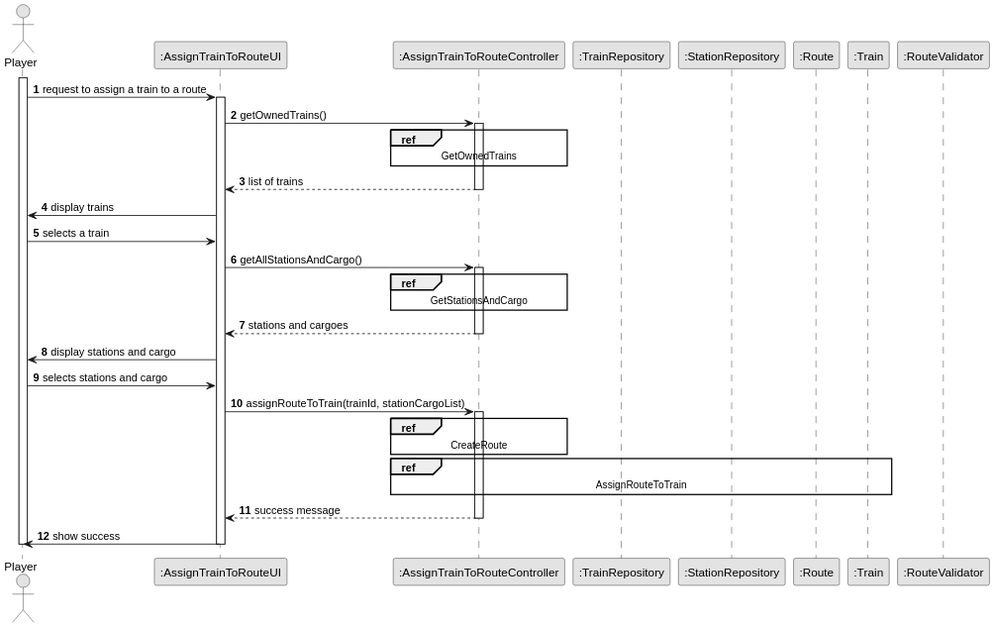
This is docs/system-documentation/US010/03.design/svg/US010-SD-split.svg from 1240826/empire-on-tracks, a PlantUML export, as it was before one commit.
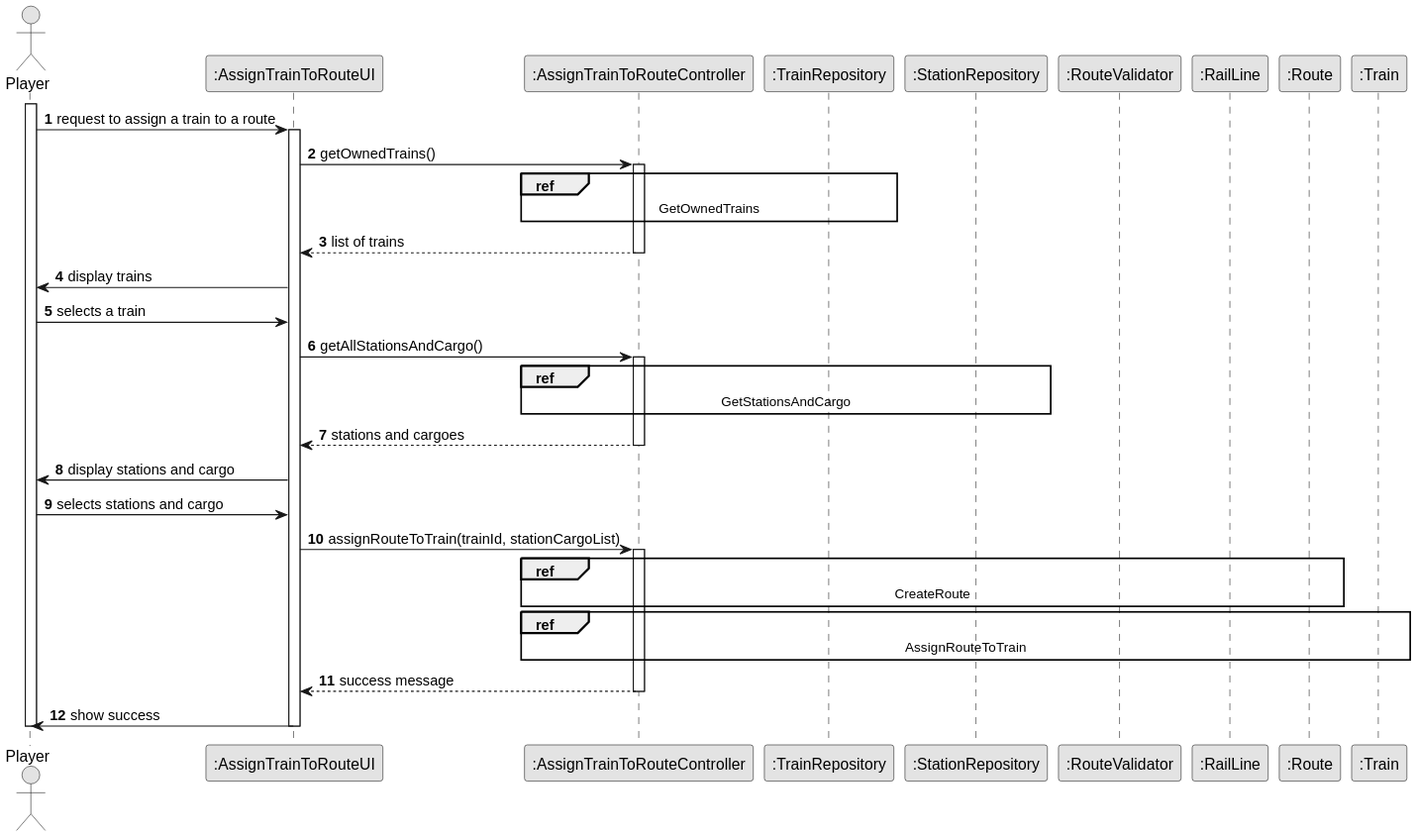
The same diagram one commit later.

The edit, as a diff of the source:
```diff
@@ -10,9 +10,10 @@
 participant ":AssignTrainToRouteController" as Controller
 participant ":TrainRepository" as TrainRepo
 participant ":StationRepository" as StationRepo
+participant ":RouteValidator" as RouteValidator
+participant ":RailLine" as RailLine
 participant ":Route" as Route
 participant ":Train" as Train
-participant ":RouteValidator" as Validator
 
 activate Player
 Player -> UI : request to assign a train to a route
@@ -21,7 +22,7 @@
 UI -> Controller : getOwnedTrains()
 activate Controller
 
-ref over Controller
+ref over Controller, TrainRepo
     GetOwnedTrains
 end ref
 
@@ -34,7 +35,7 @@
 UI -> Controller : getAllStationsAndCargo()
 activate Controller
 
-ref over Controller
+ref over Controller, StationRepo
     GetStationsAndCargo
 end ref
 
@@ -47,7 +48,8 @@
 UI -> Controller : assignRouteToTrain(trainId, stationCargoList)
 activate Controller
 
-ref over Controller
+
+ref over Controller, Route
     CreateRoute
 end ref
 
```
